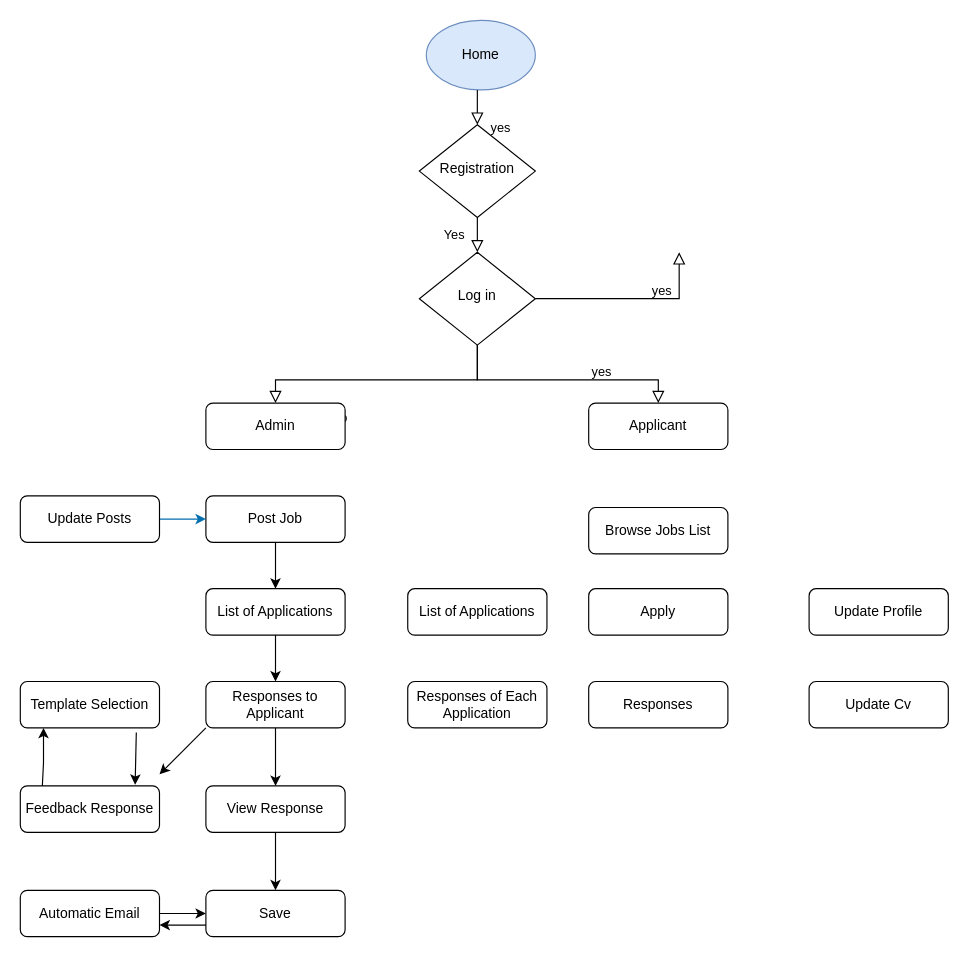
narasimha-soora/automatic_feedback keeps this draw.io diagram as doc/Untitled Diagram.drawio. Above is the earlier version. Source tidied: cells renumbered, new cells numbered last; positions are measured from the earlier drawing's top-left corner, leaving out a move shared by most shapes. Both pictures are drawn from the tidied source at 116%, with x=0, y=0 at pixel (20, 20).
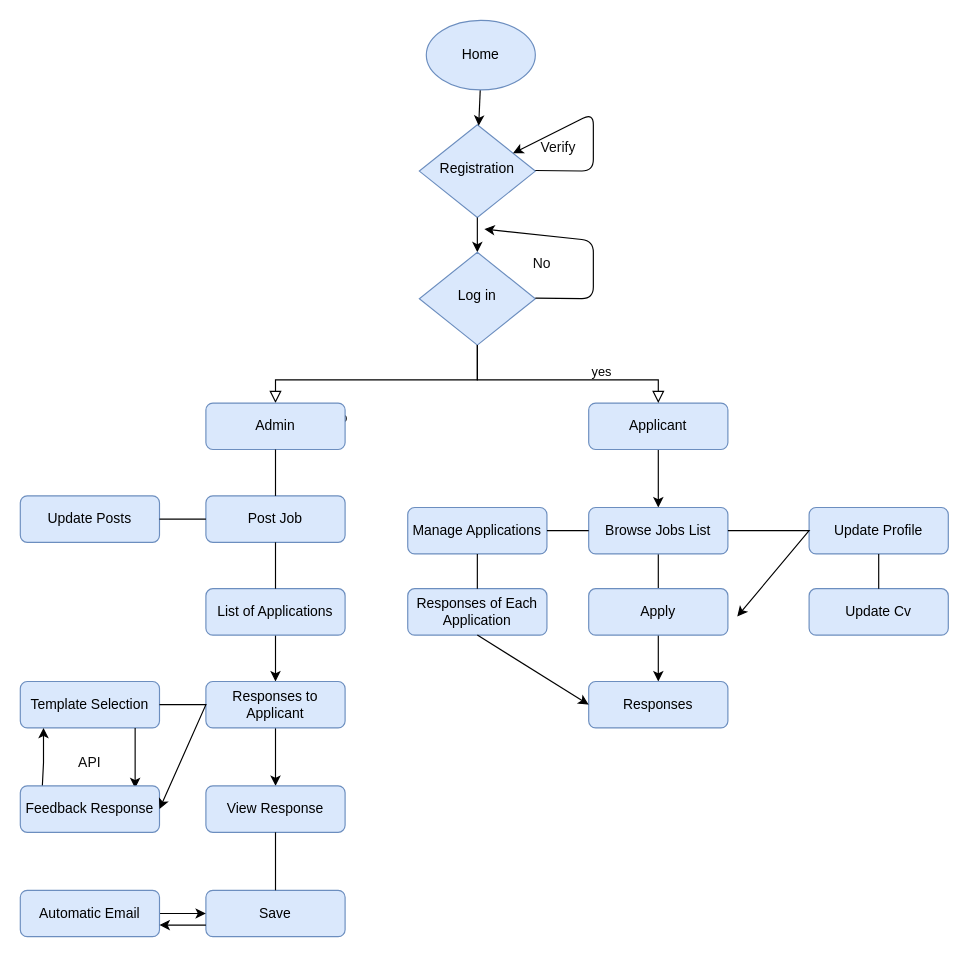
The same page after the edit.

The change refers to these unchanged cells:
```xml
<mxCell id="10" value="Home" style="ellipse;whiteSpace=wrap;html=1;fillColor=#dae8fc;strokeColor=#6c8ebf;" parent="1" vertex="1">
  <mxGeometry x="350" width="94" height="60" as="geometry" />
</mxCell>
```

What changed in the source:
```diff
@@
-    <mxCell id="3" value="List of Applications" style="rounded=1;whiteSpace=wrap;html=1;fontSize=12;glass=0;strokeWidth=1;shadow=0;" parent="1" vertex="1">
+    <mxCell id="3" value="List of Applications" style="rounded=1;whiteSpace=wrap;html=1;fontSize=12;glass=0;strokeWidth=1;shadow=0;fillColor=#dae8fc;strokeColor=#6c8ebf;" parent="1" vertex="1">
       <mxGeometry x="160" y="490" width="120" height="40" as="geometry" />
     </mxCell>
-    <mxCell id="4" value="Yes" style="rounded=0;html=1;jettySize=auto;fontSize=11;endArrow=block;endFill=0;endSize=8;strokeWidth=1;shadow=0;labelBackgroundColor=none;edgeStyle=orthogonalEdgeStyle;" parent="1" edge="1" source="5" target="8">
-      <mxGeometry y="20" relative="1" as="geometry" />
-    </mxCell>
-    <mxCell id="5" value="Registration" style="rhombus;whiteSpace=wrap;html=1;shadow=0;fontFamily=Helvetica;fontSize=12;align=center;strokeWidth=1;spacing=6;spacingTop=-4;" parent="1" vertex="1">
+    <mxCell id="5" value="Registration" style="rhombus;whiteSpace=wrap;html=1;shadow=0;fontFamily=Helvetica;fontSize=12;align=center;strokeWidth=1;spacing=6;spacingTop=-4;fillColor=#dae8fc;strokeColor=#6c8ebf;" parent="1" vertex="1">
       <mxGeometry x="344" y="90" width="100" height="80" as="geometry" />
     </mxCell>
+    <mxCell id="38" style="edgeStyle=none;rounded=0;jettySize=auto;html=1;labelBackgroundColor=#000000;fontColor=#0D0D0D;align=right;" parent="1" edge="1" source="6" target="12">
+      <mxGeometry relative="1" as="geometry" />
+    </mxCell>
-    <mxCell id="6" value="Applicant" style="rounded=1;whiteSpace=wrap;html=1;fontSize=12;glass=0;strokeWidth=1;shadow=0;" parent="1" vertex="1">
+    <mxCell id="6" value="Applicant" style="rounded=1;whiteSpace=wrap;html=1;fontSize=12;glass=0;strokeWidth=1;shadow=0;fillColor=#dae8fc;strokeColor=#6c8ebf;" parent="1" vertex="1">
       <mxGeometry x="490" y="330" width="120" height="40" as="geometry" />
     </mxCell>
@@
+    <mxCell id="4" style="edgeStyle=none;rounded=0;jettySize=auto;html=1;labelBackgroundColor=#000000;fontColor=#0D0D0D;align=right;" parent="1" edge="1" source="5" target="8">
+      <mxGeometry relative="1" as="geometry" />
+    </mxCell>
-    <mxCell id="8" value="Log in" style="rhombus;whiteSpace=wrap;html=1;shadow=0;fontFamily=Helvetica;fontSize=12;align=center;strokeWidth=1;spacing=6;spacingTop=-4;" parent="1" vertex="1">
+    <mxCell id="8" value="Log in" style="rhombus;whiteSpace=wrap;html=1;shadow=0;fontFamily=Helvetica;fontSize=12;align=center;strokeWidth=1;spacing=6;spacingTop=-4;fillColor=#dae8fc;strokeColor=#6c8ebf;" parent="1" vertex="1">
       <mxGeometry x="344" y="200" width="100" height="80" as="geometry" />
     </mxCell>
-    <mxCell id="9" value="Admin" style="rounded=1;whiteSpace=wrap;html=1;fontSize=12;glass=0;strokeWidth=1;shadow=0;" parent="1" vertex="1">
+    <mxCell id="9" value="Admin" style="rounded=1;whiteSpace=wrap;html=1;fontSize=12;glass=0;strokeWidth=1;shadow=0;fillColor=#dae8fc;strokeColor=#6c8ebf;" parent="1" vertex="1">
       <mxGeometry x="160" y="330" width="120" height="40" as="geometry" />
     </mxCell>
+    <mxCell id="39" style="edgeStyle=none;rounded=0;jettySize=auto;html=1;labelBackgroundColor=#000000;fontColor=#0D0D0D;align=right;" parent="1" edge="1" source="10" target="5">
+      <mxGeometry relative="1" as="geometry" />
+    </mxCell>
@@
+    <mxCell id="40" style="edgeStyle=none;rounded=0;jettySize=auto;html=1;labelBackgroundColor=#000000;fontColor=#0D0D0D;align=right;" parent="1" edge="1" source="12" target="34">
+      <mxGeometry relative="1" as="geometry" />
+    </mxCell>
-    <mxCell id="12" value="Browse Jobs List" style="rounded=1;whiteSpace=wrap;html=1;fontSize=12;glass=0;strokeWidth=1;shadow=0;" parent="1" vertex="1">
+    <mxCell id="12" value="Browse Jobs List" style="rounded=1;whiteSpace=wrap;html=1;fontSize=12;glass=0;strokeWidth=1;shadow=0;fillColor=#dae8fc;strokeColor=#6c8ebf;" parent="1" vertex="1">
       <mxGeometry x="490" y="420" width="120" height="40" as="geometry" />
     </mxCell>
-    <mxCell id="13" value="Save" style="rounded=1;whiteSpace=wrap;html=1;fontSize=12;glass=0;strokeWidth=1;shadow=0;" parent="1" vertex="1">
+    <mxCell id="13" value="Save" style="rounded=1;whiteSpace=wrap;html=1;fontSize=12;glass=0;strokeWidth=1;shadow=0;fillColor=#dae8fc;strokeColor=#6c8ebf;" parent="1" vertex="1">
       <mxGeometry x="160" y="750" width="120" height="40" as="geometry" />
     </mxCell>
-    <mxCell id="14" style="edgeStyle=none;rounded=0;jettySize=auto;html=1;labelBackgroundColor=#000000;fontColor=#0D0D0D;align=right;" parent="1" edge="1" source="15" target="3">
-      <mxGeometry relative="1" as="geometry" />
-    </mxCell>
-    <mxCell id="15" value="Post Job" style="rounded=1;whiteSpace=wrap;html=1;fontSize=12;glass=0;strokeWidth=1;shadow=0;" parent="1" vertex="1">
+    <mxCell id="15" value="Post Job" style="rounded=1;whiteSpace=wrap;html=1;fontSize=12;glass=0;strokeWidth=1;shadow=0;fillColor=#dae8fc;strokeColor=#6c8ebf;" parent="1" vertex="1">
       <mxGeometry x="160" y="410" width="120" height="40" as="geometry" />
     </mxCell>
@@
-    <mxCell id="17" value="Responses to Applicant" style="rounded=1;whiteSpace=wrap;html=1;fontSize=12;glass=0;strokeWidth=1;shadow=0;" parent="1" vertex="1">
+    <mxCell id="17" value="Responses to Applicant" style="rounded=1;whiteSpace=wrap;html=1;fontSize=12;glass=0;strokeWidth=1;shadow=0;fillColor=#dae8fc;strokeColor=#6c8ebf;" parent="1" vertex="1">
       <mxGeometry x="160" y="570" width="120" height="40" as="geometry" />
     </mxCell>
-    <mxCell id="18" value="Template Selection" style="rounded=1;whiteSpace=wrap;html=1;fontSize=12;glass=0;strokeWidth=1;shadow=0;" parent="1" vertex="1">
+    <mxCell id="18" value="Template Selection" style="rounded=1;whiteSpace=wrap;html=1;fontSize=12;glass=0;strokeWidth=1;shadow=0;fillColor=#dae8fc;strokeColor=#6c8ebf;" parent="1" vertex="1">
       <mxGeometry y="570" width="120" height="40" as="geometry" />
     </mxCell>
@@
-    <mxCell id="20" value="Automatic Email" style="rounded=1;whiteSpace=wrap;html=1;fontSize=12;glass=0;strokeWidth=1;shadow=0;" parent="1" vertex="1">
+    <mxCell id="20" value="Automatic Email" style="rounded=1;whiteSpace=wrap;html=1;fontSize=12;glass=0;strokeWidth=1;shadow=0;fillColor=#dae8fc;strokeColor=#6c8ebf;" parent="1" vertex="1">
       <mxGeometry y="750" width="120" height="40" as="geometry" />
     </mxCell>
@@
-    <mxCell id="22" style="edgeStyle=none;rounded=0;jettySize=auto;html=1;labelBackgroundColor=#000000;fontColor=#0D0D0D;align=right;entryX=0.825;entryY=-0.025;entryDx=0;entryDy=0;entryPerimeter=0;" parent="1" edge="1" target="23">
-      <mxGeometry relative="1" as="geometry">
-        <mxPoint x="100" y="614" as="sourcePoint" />
-      </mxGeometry>
+    <mxCell id="22" style="edgeStyle=none;rounded=0;jettySize=auto;html=1;labelBackgroundColor=#000000;fontColor=#0D0D0D;align=right;entryX=0.825;entryY=0.05;entryDx=0;entryDy=0;entryPerimeter=0;exitX=0.825;exitY=1;exitDx=0;exitDy=0;exitPerimeter=0;" parent="1" edge="1" source="18" target="23">
+      <mxGeometry relative="1" as="geometry" />
     </mxCell>
-    <mxCell id="23" value="Feedback Response" style="rounded=1;whiteSpace=wrap;html=1;fontSize=12;glass=0;strokeWidth=1;shadow=0;" parent="1" vertex="1">
+    <mxCell id="23" value="Feedback Response" style="rounded=1;whiteSpace=wrap;html=1;fontSize=12;glass=0;strokeWidth=1;shadow=0;fillColor=#dae8fc;strokeColor=#6c8ebf;" parent="1" vertex="1">
       <mxGeometry y="660" width="120" height="40" as="geometry" />
     </mxCell>
-    <mxCell id="24" style="edgeStyle=orthogonalEdgeStyle;rounded=0;jettySize=auto;html=1;labelBackgroundColor=#000000;fontColor=#0D0D0D;align=right;fontStyle=0;labelBorderColor=#000000;fillColor=#1ba1e2;strokeColor=#006EAF;" parent="1" edge="1" source="25" target="15">
-      <mxGeometry relative="1" as="geometry" />
-    </mxCell>
-    <mxCell id="25" value="Update Posts" style="rounded=1;whiteSpace=wrap;html=1;fontSize=12;glass=0;strokeWidth=1;shadow=0;" parent="1" vertex="1">
+    <mxCell id="25" value="Update Posts" style="rounded=1;whiteSpace=wrap;html=1;fontSize=12;glass=0;strokeWidth=1;shadow=0;fillColor=#dae8fc;strokeColor=#6c8ebf;" parent="1" vertex="1">
       <mxGeometry y="410" width="120" height="40" as="geometry" />
     </mxCell>
-    <mxCell id="26" style="edgeStyle=none;rounded=0;jettySize=auto;html=1;labelBackgroundColor=#000000;fontColor=#0D0D0D;align=right;" parent="1" edge="1" source="27" target="13">
-      <mxGeometry relative="1" as="geometry" />
-    </mxCell>
-    <mxCell id="27" value="View Response" style="rounded=1;whiteSpace=wrap;html=1;fontSize=12;glass=0;strokeWidth=1;shadow=0;" parent="1" vertex="1">
+    <mxCell id="27" value="View Response" style="rounded=1;whiteSpace=wrap;html=1;fontSize=12;glass=0;strokeWidth=1;shadow=0;fillColor=#dae8fc;strokeColor=#6c8ebf;" parent="1" vertex="1">
       <mxGeometry x="160" y="660" width="120" height="40" as="geometry" />
     </mxCell>
-    <mxCell id="28" value="yes" style="rounded=0;html=1;jettySize=auto;fontSize=11;endArrow=block;endFill=0;endSize=8;strokeWidth=1;shadow=0;labelBackgroundColor=none;edgeStyle=orthogonalEdgeStyle;exitX=0.5;exitY=1;exitDx=0;exitDy=0;verticalAlign=top;entryX=0.5;entryY=0;entryDx=0;entryDy=0;" parent="1" edge="1" target="5">
-      <mxGeometry x="0.33" y="20" relative="1" as="geometry">
-        <mxPoint x="394" y="60" as="sourcePoint" />
-        <Array as="points">
-          <mxPoint x="394" y="70" />
-          <mxPoint x="394" y="70" />
-        </Array>
-      </mxGeometry>
-    </mxCell>
-    <mxCell id="29" value="yes" style="rounded=0;html=1;jettySize=auto;orthogonalLoop=1;fontSize=11;endArrow=block;endFill=0;endSize=8;strokeWidth=1;shadow=0;labelBackgroundColor=none;edgeStyle=orthogonalEdgeStyle;verticalAlign=top;" parent="1" edge="1">
-      <mxGeometry x="0.33" y="20" relative="1" as="geometry">
-        <mxPoint x="444" y="240" as="sourcePoint" />
-        <mxPoint x="568" y="200" as="targetPoint" />
-        <Array as="points">
-          <mxPoint x="568" y="240" />
-        </Array>
-      </mxGeometry>
-    </mxCell>
-    <mxCell id="30" value="Apply" style="rounded=1;whiteSpace=wrap;html=1;fontSize=12;glass=0;strokeWidth=1;shadow=0;" parent="1" vertex="1">
+    <mxCell id="30" value="Apply" style="rounded=1;whiteSpace=wrap;html=1;fontSize=12;glass=0;strokeWidth=1;shadow=0;fillColor=#dae8fc;strokeColor=#6c8ebf;" parent="1" vertex="1">
       <mxGeometry x="490" y="490" width="120" height="40" as="geometry" />
     </mxCell>
-    <mxCell id="31" value="Update Cv" style="rounded=1;whiteSpace=wrap;html=1;fontSize=12;glass=0;strokeWidth=1;shadow=0;" parent="1" vertex="1">
-      <mxGeometry x="680" y="570" width="120" height="40" as="geometry" />
+    <mxCell id="31" value="Update Cv" style="rounded=1;whiteSpace=wrap;html=1;fontSize=12;glass=0;strokeWidth=1;shadow=0;fillColor=#dae8fc;strokeColor=#6c8ebf;" parent="1" vertex="1">
+      <mxGeometry x="680" y="490" width="120" height="40" as="geometry" />
     </mxCell>
-    <mxCell id="32" value="Update Profile" style="rounded=1;whiteSpace=wrap;html=1;fontSize=12;glass=0;strokeWidth=1;shadow=0;" parent="1" vertex="1">
-      <mxGeometry x="680" y="490" width="120" height="40" as="geometry" />
+    <mxCell id="32" value="Update Profile" style="rounded=1;whiteSpace=wrap;html=1;fontSize=12;glass=0;strokeWidth=1;shadow=0;fillColor=#dae8fc;strokeColor=#6c8ebf;" parent="1" vertex="1">
+      <mxGeometry x="680" y="420" width="120" height="40" as="geometry" />
     </mxCell>
-    <mxCell id="33" value="List of Applications" style="rounded=1;whiteSpace=wrap;html=1;fontSize=12;glass=0;strokeWidth=1;shadow=0;" parent="1" vertex="1">
-      <mxGeometry x="334" y="490" width="120" height="40" as="geometry" />
+    <mxCell id="33" value="Manage Applications" style="rounded=1;whiteSpace=wrap;html=1;fontSize=12;glass=0;strokeWidth=1;shadow=0;fillColor=#dae8fc;strokeColor=#6c8ebf;" parent="1" vertex="1">
+      <mxGeometry x="334" y="420" width="120" height="40" as="geometry" />
     </mxCell>
-    <mxCell id="34" value="Responses" style="rounded=1;whiteSpace=wrap;html=1;fontSize=12;glass=0;strokeWidth=1;shadow=0;" parent="1" vertex="1">
+    <mxCell id="34" value="Responses" style="rounded=1;whiteSpace=wrap;html=1;fontSize=12;glass=0;strokeWidth=1;shadow=0;fillColor=#dae8fc;strokeColor=#6c8ebf;" parent="1" vertex="1">
       <mxGeometry x="490" y="570" width="120" height="40" as="geometry" />
     </mxCell>
-    <mxCell id="35" value="Responses of Each Application" style="rounded=1;whiteSpace=wrap;html=1;fontSize=12;glass=0;strokeWidth=1;shadow=0;" parent="1" vertex="1">
-      <mxGeometry x="334" y="570" width="120" height="40" as="geometry" />
+    <mxCell id="35" value="Responses of Each Application" style="rounded=1;whiteSpace=wrap;html=1;fontSize=12;glass=0;strokeWidth=1;shadow=0;fillColor=#dae8fc;strokeColor=#6c8ebf;" parent="1" vertex="1">
+      <mxGeometry x="334" y="490" width="120" height="40" as="geometry" />
     </mxCell>
@@
-    <mxCell id="37" style="edgeStyle=none;rounded=0;orthogonalLoop=1;jettySize=auto;html=1;labelBackgroundColor=#000000;fontColor=#0D0D0D;align=right;" parent="1" edge="1">
+    <mxCell id="37" style="edgeStyle=none;rounded=0;jettySize=auto;html=1;labelBackgroundColor=#000000;fontColor=#0D0D0D;align=right;exitX=1;exitY=0.5;exitDx=0;exitDy=0;entryX=1;entryY=0.5;entryDx=0;entryDy=0;" parent="1" edge="1" source="18" target="23">
       <mxGeometry relative="1" as="geometry">
-        <mxPoint x="160" y="610" as="sourcePoint" />
-        <mxPoint x="120" y="650" as="targetPoint" />
         <Array as="points">
-          <mxPoint x="140" y="630" />
+          <mxPoint x="160" y="590" />
         </Array>
       </mxGeometry>
     </mxCell>
+    <mxCell id="41" style="edgeStyle=none;rounded=0;jettySize=auto;html=1;labelBackgroundColor=#000000;fontColor=#0D0D0D;align=right;entryX=1.067;entryY=0.6;entryDx=0;entryDy=0;entryPerimeter=0;exitX=1;exitY=0.5;exitDx=0;exitDy=0;" parent="1" edge="1" source="12" target="30">
+      <mxGeometry relative="1" as="geometry">
+        <Array as="points">
+          <mxPoint x="680" y="440" />
+        </Array>
+      </mxGeometry>
+    </mxCell>
+    <mxCell id="24" style="endArrow=none;html=1;labelBackgroundColor=#000000;fontColor=#0D0D0D;align=right;exitX=1;exitY=0.5;exitDx=0;exitDy=0;entryX=0;entryY=0.5;entryDx=0;entryDy=0;" parent="1" edge="1" source="25" target="15">
+      <mxGeometry relative="1" as="geometry" />
+    </mxCell>
+    <mxCell id="42" style="endArrow=none;html=1;labelBackgroundColor=#000000;fontColor=#0D0D0D;align=right;exitX=0.5;exitY=0;exitDx=0;exitDy=0;entryX=0.5;entryY=1;entryDx=0;entryDy=0;" parent="1" edge="1" source="15" target="9">
+      <mxGeometry relative="1" as="geometry" />
+    </mxCell>
+    <mxCell id="43" style="endArrow=none;html=1;labelBackgroundColor=#000000;fontColor=#0D0D0D;align=right;exitX=0.5;exitY=0;exitDx=0;exitDy=0;entryX=0.5;entryY=1;entryDx=0;entryDy=0;" parent="1" edge="1" source="3" target="15">
+      <mxGeometry relative="1" as="geometry" />
+    </mxCell>
+    <mxCell id="44" style="endArrow=none;html=1;labelBackgroundColor=#000000;fontColor=#0D0D0D;align=right;entryX=0.5;entryY=1;entryDx=0;entryDy=0;exitX=0.5;exitY=0;exitDx=0;exitDy=0;" parent="1" edge="1" source="13" target="27">
+      <mxGeometry relative="1" as="geometry" />
+    </mxCell>
+    <mxCell id="45" style="endArrow=none;html=1;labelBackgroundColor=#000000;fontColor=#0D0D0D;align=right;exitX=1;exitY=0.5;exitDx=0;exitDy=0;entryX=0;entryY=0.5;entryDx=0;entryDy=0;" parent="1" edge="1" source="33" target="12">
+      <mxGeometry relative="1" as="geometry" />
+    </mxCell>
+    <mxCell id="46" style="endArrow=none;html=1;labelBackgroundColor=#000000;fontColor=#0D0D0D;align=right;exitX=0.5;exitY=0;exitDx=0;exitDy=0;entryX=0.5;entryY=1;entryDx=0;entryDy=0;" parent="1" edge="1" source="35" target="33">
+      <mxGeometry relative="1" as="geometry" />
+    </mxCell>
+    <mxCell id="47" style="endArrow=classic;html=1;labelBackgroundColor=#000000;fontColor=#0D0D0D;align=right;exitX=0.5;exitY=1;exitDx=0;exitDy=0;entryX=0;entryY=0.5;entryDx=0;entryDy=0;" parent="1" edge="1" source="35" target="34">
+      <mxGeometry relative="1" as="geometry" />
+    </mxCell>
+    <mxCell id="48" style="endArrow=none;html=1;labelBackgroundColor=#000000;fontColor=#0D0D0D;align=right;entryX=0.5;entryY=1;entryDx=0;entryDy=0;" parent="1" edge="1" target="32">
+      <mxGeometry relative="1" as="geometry">
+        <mxPoint x="740" y="490" as="sourcePoint" />
+      </mxGeometry>
+    </mxCell>
+    <mxCell id="49" value="API" style="text;html=1;strokeColor=none;fillColor=none;align=center;verticalAlign=middle;whiteSpace=wrap;rounded=0;fontColor=#0D0D0D;" parent="1" vertex="1">
+      <mxGeometry x="40" y="630" width="40" height="20" as="geometry" />
+    </mxCell>
+    <mxCell id="50" value="Verify&lt;br&gt;" style="text;html=1;strokeColor=none;fillColor=none;align=center;verticalAlign=middle;whiteSpace=wrap;rounded=0;fontColor=#0D0D0D;" parent="1" vertex="1">
+      <mxGeometry x="444" y="100" width="40" height="20" as="geometry" />
+    </mxCell>
+    <mxCell id="51" style="endArrow=classic;html=1;labelBackgroundColor=#000000;fontColor=#0D0D0D;align=right;" parent="1" edge="1">
+      <mxGeometry relative="1" as="geometry">
+        <mxPoint x="444" y="239.5" as="sourcePoint" />
+        <mxPoint x="400" y="180" as="targetPoint" />
+        <Array as="points">
+          <mxPoint x="494" y="240" />
+          <mxPoint x="494" y="190" />
+        </Array>
+      </mxGeometry>
+    </mxCell>
+    <mxCell id="52" style="endArrow=classic;html=1;labelBackgroundColor=#000000;fontColor=#0D0D0D;align=right;" parent="1" edge="1" target="5">
+      <mxGeometry relative="1" as="geometry">
+        <mxPoint x="444" y="129.5" as="sourcePoint" />
+        <Array as="points">
+          <mxPoint x="494" y="130" />
+          <mxPoint x="494" y="80" />
+        </Array>
+      </mxGeometry>
+    </mxCell>
+    <mxCell id="53" value="No" style="text;html=1;strokeColor=none;fillColor=none;align=center;verticalAlign=middle;whiteSpace=wrap;rounded=0;fontColor=#0D0D0D;" parent="1" vertex="1">
+      <mxGeometry x="430" y="200" width="40" height="20" as="geometry" />
+    </mxCell>
```
